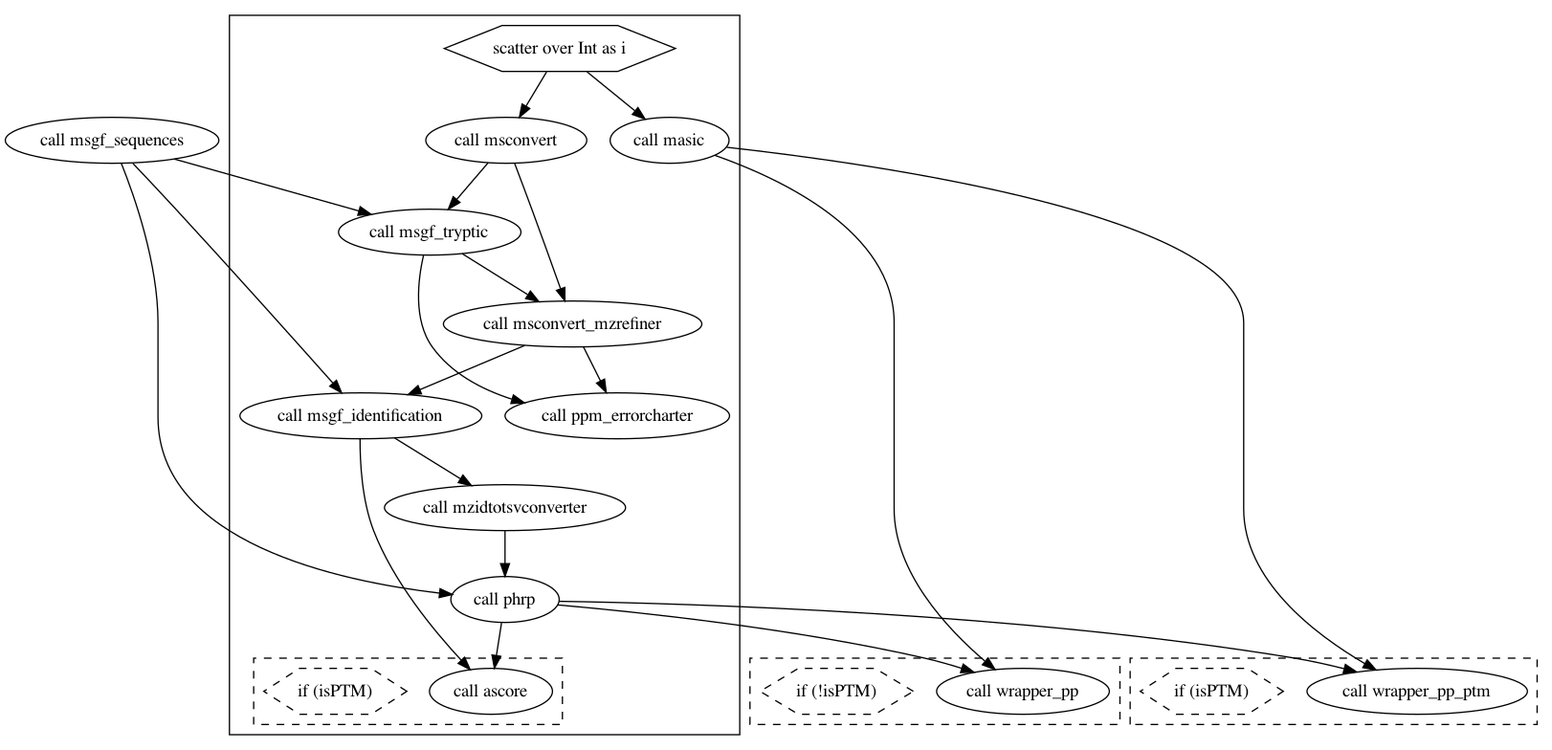
Above: schemas/schema_msgfplus.png in MoTrPAC/motrpac-proteomics-pipeline (Graphviz), before the change. Its source is kept beside it as schemas/schema_msgfplus.dot. The source it was exported from:
```dot
digraph proteomics_msgfplus {
  #rankdir=LR;
  compound=true;

  # Links
  CALL_msgf_identification -> CALL_mzidtotsvconverter
  CALL_msconvert -> CALL_msconvert_mzrefiner
  CALL_phrp -> CALL_ascore
  CALL_msconvert -> CALL_msgf_tryptic
  CALL_msgf_sequences -> CALL_msgf_tryptic
  CALL_msgf_tryptic -> CALL_msconvert_mzrefiner
  CALL_phrp -> CALL_wrapper_pp_ptm
  CALL_masic -> CALL_wrapper_pp
  CALL_masic -> CALL_wrapper_pp_ptm
  SCATTER_1_VARIABLE_i -> CALL_masic
  CALL_mzidtotsvconverter -> CALL_phrp
  CALL_msconvert_mzrefiner -> CALL_msgf_identification
  CALL_phrp -> CALL_wrapper_pp
  CALL_msgf_tryptic -> CALL_ppm_errorcharter
  CALL_msgf_identification -> CALL_ascore
  SCATTER_1_VARIABLE_i -> CALL_msconvert
  CALL_msconvert_mzrefiner -> CALL_ppm_errorcharter
  CALL_msgf_sequences -> CALL_phrp
  CALL_msgf_sequences -> CALL_msgf_identification

  # Nodes
  subgraph cluster_0 {
    style="filled,dashed";
    fillcolor=white;
    CALL_wrapper_pp [label="call wrapper_pp"]
    CONDITIONAL_0_EXPRESSION [shape="hexagon" label="if (!isPTM)" style="dashed" ]
  }
  CALL_msgf_sequences [label="call msgf_sequences"]
  subgraph cluster_1 {
    style="filled,solid";
    fillcolor=white;
    CALL_msgf_tryptic [label="call msgf_tryptic"]
    CALL_mzidtotsvconverter [label="call mzidtotsvconverter"]
    CALL_msconvert [label="call msconvert"]
    CALL_msgf_identification [label="call msgf_identification"]
    subgraph cluster_2 {
      style="filled,dashed";
      fillcolor=white;
      CALL_ascore [label="call ascore"]
      CONDITIONAL_2_EXPRESSION [shape="hexagon" label="if (isPTM)" style="dashed" ]
    }
    CALL_phrp [label="call phrp"]
    CALL_msconvert_mzrefiner [label="call msconvert_mzrefiner"]
    CALL_ppm_errorcharter [label="call ppm_errorcharter"]
    CALL_masic [label="call masic"]
    SCATTER_1_VARIABLE_i [shape="hexagon" label="scatter over Int as i"]
  }
  subgraph cluster_3 {
    style="filled,dashed";
    fillcolor=white;
    CALL_wrapper_pp_ptm [label="call wrapper_pp_ptm"]
    CONDITIONAL_3_EXPRESSION [shape="hexagon" label="if (isPTM)" style="dashed" ]
  }
}
```
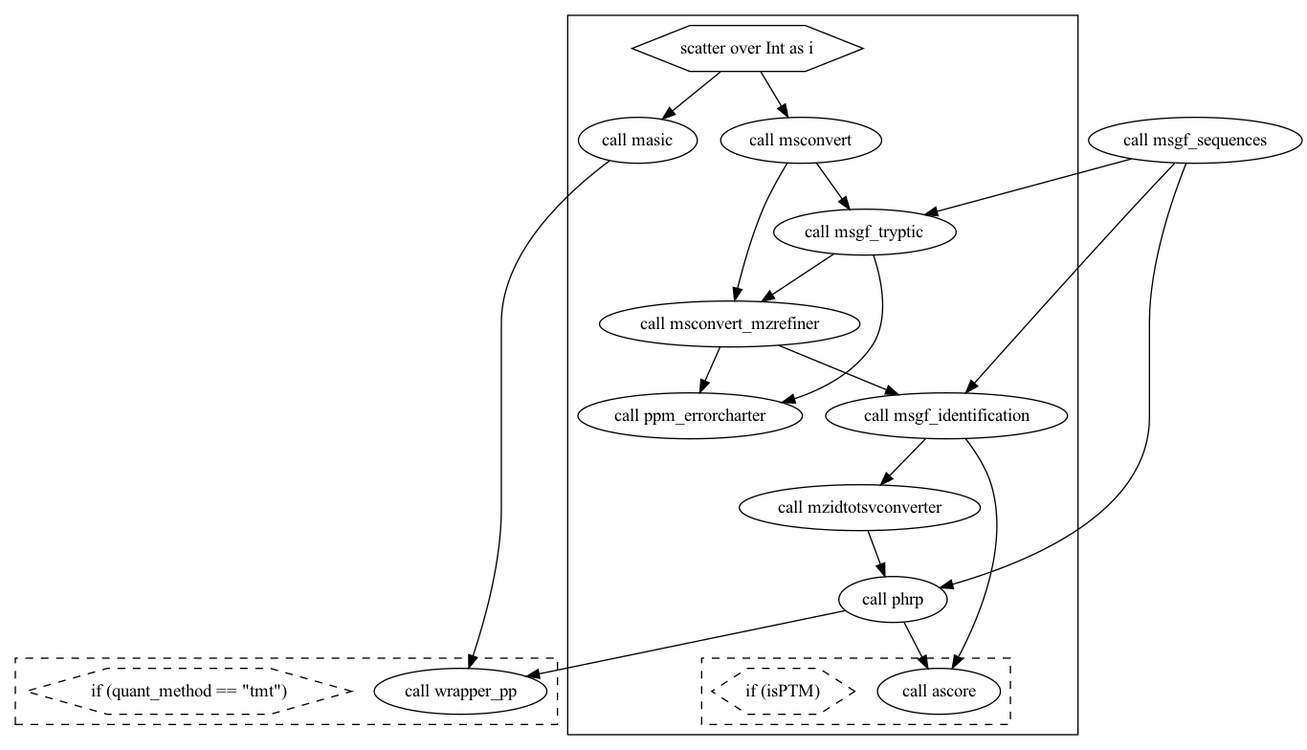
The same file after the commit.

Commit message:
Update: msgfplus workflow schemas

What changed in the source:
```diff
@@ -8,52 +8,44 @@
   CALL_phrp -> CALL_ascore
   CALL_msconvert -> CALL_msgf_tryptic
   CALL_msgf_sequences -> CALL_msgf_tryptic
+  SCATTER_0_VARIABLE_i -> CALL_msconvert
   CALL_msgf_tryptic -> CALL_msconvert_mzrefiner
-  CALL_phrp -> CALL_wrapper_pp_ptm
   CALL_masic -> CALL_wrapper_pp
-  CALL_masic -> CALL_wrapper_pp_ptm
-  SCATTER_1_VARIABLE_i -> CALL_masic
   CALL_mzidtotsvconverter -> CALL_phrp
   CALL_msconvert_mzrefiner -> CALL_msgf_identification
   CALL_phrp -> CALL_wrapper_pp
   CALL_msgf_tryptic -> CALL_ppm_errorcharter
   CALL_msgf_identification -> CALL_ascore
-  SCATTER_1_VARIABLE_i -> CALL_msconvert
   CALL_msconvert_mzrefiner -> CALL_ppm_errorcharter
+  SCATTER_0_VARIABLE_i -> CALL_masic
   CALL_msgf_sequences -> CALL_phrp
   CALL_msgf_sequences -> CALL_msgf_identification
 
   # Nodes
   subgraph cluster_0 {
-    style="filled,dashed";
-    fillcolor=white;
-    CALL_wrapper_pp [label="call wrapper_pp"]
-    CONDITIONAL_0_EXPRESSION [shape="hexagon" label="if (!isPTM)" style="dashed" ]
-  }
-  CALL_msgf_sequences [label="call msgf_sequences"]
-  subgraph cluster_1 {
     style="filled,solid";
     fillcolor=white;
     CALL_msgf_tryptic [label="call msgf_tryptic"]
     CALL_mzidtotsvconverter [label="call mzidtotsvconverter"]
     CALL_msconvert [label="call msconvert"]
     CALL_msgf_identification [label="call msgf_identification"]
-    subgraph cluster_2 {
+    SCATTER_0_VARIABLE_i [shape="hexagon" label="scatter over Int as i"]
+    subgraph cluster_1 {
       style="filled,dashed";
       fillcolor=white;
       CALL_ascore [label="call ascore"]
-      CONDITIONAL_2_EXPRESSION [shape="hexagon" label="if (isPTM)" style="dashed" ]
+      CONDITIONAL_1_EXPRESSION [shape="hexagon" label="if (isPTM)" style="dashed" ]
     }
     CALL_phrp [label="call phrp"]
     CALL_msconvert_mzrefiner [label="call msconvert_mzrefiner"]
     CALL_ppm_errorcharter [label="call ppm_errorcharter"]
     CALL_masic [label="call masic"]
-    SCATTER_1_VARIABLE_i [shape="hexagon" label="scatter over Int as i"]
   }
-  subgraph cluster_3 {
+  subgraph cluster_2 {
     style="filled,dashed";
     fillcolor=white;
-    CALL_wrapper_pp_ptm [label="call wrapper_pp_ptm"]
-    CONDITIONAL_3_EXPRESSION [shape="hexagon" label="if (isPTM)" style="dashed" ]
+    CALL_wrapper_pp [label="call wrapper_pp"]
+    CONDITIONAL_2_EXPRESSION [shape="hexagon" label="if (quant_method == \"tmt\")" style="dashed" ]
   }
+  CALL_msgf_sequences [label="call msgf_sequences"]
 }
```
